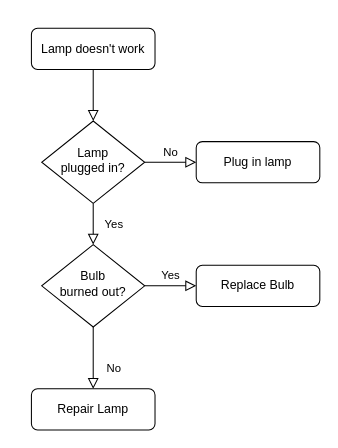
This is 未命名绘图.drawio from lhy-nw1217/Draw, a draw.io file, before an edit. Source tidied: cells renumbered, new cells numbered last; positions are measured from the earlier drawing's top-left corner, leaving out a move shared by most shapes. Both pictures are drawn from the tidied source at 103%, with x=0, y=0 at pixel (31, 28).
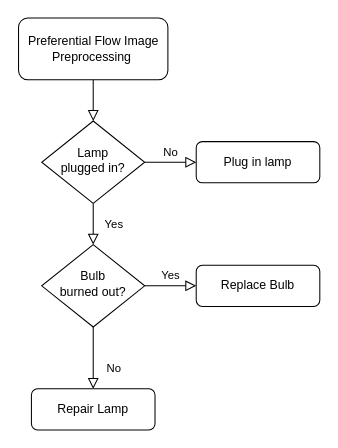
Above is the later version.

What changed in the source:
```diff
@@
 <mxGraphModel>
   <root>
     <mxCell id="0" />
     <mxCell id="1" parent="0" />
     <mxCell id="2" style="rounded=0;html=1;jettySize=auto;fontSize=11;endArrow=block;endFill=0;endSize=8;strokeWidth=1;shadow=0;labelBackgroundColor=none;edgeStyle=orthogonalEdgeStyle;" parent="1" edge="1" source="3" target="6">
       <mxGeometry relative="1" as="geometry" />
     </mxCell>
-    <mxCell id="3" value="Lamp doesn't work" style="rounded=1;whiteSpace=wrap;html=1;fontSize=12;glass=0;strokeWidth=1;shadow=0;" parent="1" vertex="1">
-      <mxGeometry width="120" height="40" as="geometry" />
+    <mxCell id="3" value="Preferential Flow Image Preprocessing&amp;nbsp;" style="rounded=1;whiteSpace=wrap;html=1;fontSize=12;glass=0;strokeWidth=1;shadow=0;" parent="1" vertex="1">
+      <mxGeometry x="-12.5" y="-10" width="145" height="60" as="geometry" />
     </mxCell>
     <mxCell id="4" value="Yes" style="rounded=0;html=1;jettySize=auto;fontSize=11;endArrow=block;endFill=0;endSize=8;strokeWidth=1;shadow=0;labelBackgroundColor=none;edgeStyle=orthogonalEdgeStyle;" parent="1" edge="1" source="6" target="10">
       <mxGeometry y="20" relative="1" as="geometry" />
     </mxCell>
     <mxCell id="5" value="No" style="edgeStyle=orthogonalEdgeStyle;rounded=0;html=1;jettySize=auto;fontSize=11;endArrow=block;endFill=0;endSize=8;strokeWidth=1;shadow=0;labelBackgroundColor=none;" parent="1" edge="1" source="6" target="7">
       <mxGeometry y="10" relative="1" as="geometry" />
     </mxCell>
     <mxCell id="6" value="Lamp&lt;br&gt;plugged in?" style="rhombus;whiteSpace=wrap;html=1;shadow=0;fontFamily=Helvetica;fontSize=12;align=center;strokeWidth=1;spacing=6;spacingTop=-4;" parent="1" vertex="1">
       <mxGeometry x="10" y="90" width="100" height="80" as="geometry" />
     </mxCell>
     <mxCell id="7" value="Plug in lamp" style="rounded=1;whiteSpace=wrap;html=1;fontSize=12;glass=0;strokeWidth=1;shadow=0;" parent="1" vertex="1">
       <mxGeometry x="160" y="110" width="120" height="40" as="geometry" />
     </mxCell>
     <mxCell id="8" value="No" style="rounded=0;html=1;jettySize=auto;fontSize=11;endArrow=block;endFill=0;endSize=8;strokeWidth=1;shadow=0;labelBackgroundColor=none;edgeStyle=orthogonalEdgeStyle;" parent="1" edge="1" source="10" target="11">
       <mxGeometry x="0.33" y="20" relative="1" as="geometry" />
     </mxCell>
     <mxCell id="9" value="Yes" style="edgeStyle=orthogonalEdgeStyle;rounded=0;html=1;jettySize=auto;fontSize=11;endArrow=block;endFill=0;endSize=8;strokeWidth=1;shadow=0;labelBackgroundColor=none;" parent="1" edge="1" source="10" target="12">
       <mxGeometry y="10" relative="1" as="geometry" />
     </mxCell>
     <mxCell id="10" value="Bulb&lt;br&gt;burned out?" style="rhombus;whiteSpace=wrap;html=1;shadow=0;fontFamily=Helvetica;fontSize=12;align=center;strokeWidth=1;spacing=6;spacingTop=-4;" parent="1" vertex="1">
       <mxGeometry x="10" y="210" width="100" height="80" as="geometry" />
     </mxCell>
     <mxCell id="11" value="Repair Lamp" style="rounded=1;whiteSpace=wrap;html=1;fontSize=12;glass=0;strokeWidth=1;shadow=0;" parent="1" vertex="1">
       <mxGeometry y="350" width="120" height="40" as="geometry" />
     </mxCell>
     <mxCell id="12" value="Replace Bulb" style="rounded=1;whiteSpace=wrap;html=1;fontSize=12;glass=0;strokeWidth=1;shadow=0;" parent="1" vertex="1">
       <mxGeometry x="160" y="230" width="120" height="40" as="geometry" />
     </mxCell>
   </root>
 </mxGraphModel>
```
